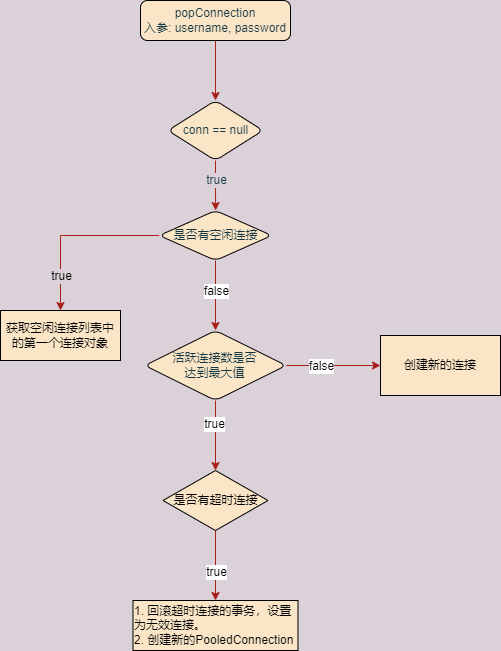
Above: wzz-mybatis/PooledDataSource_popConnection.drawio.png in wsxzei/markdown-photos (draw.io), before the change. Source tidied: cells renumbered, new cells last; positions are measured from the earlier drawing's top-left corner, leaving out a move shared by most shapes.
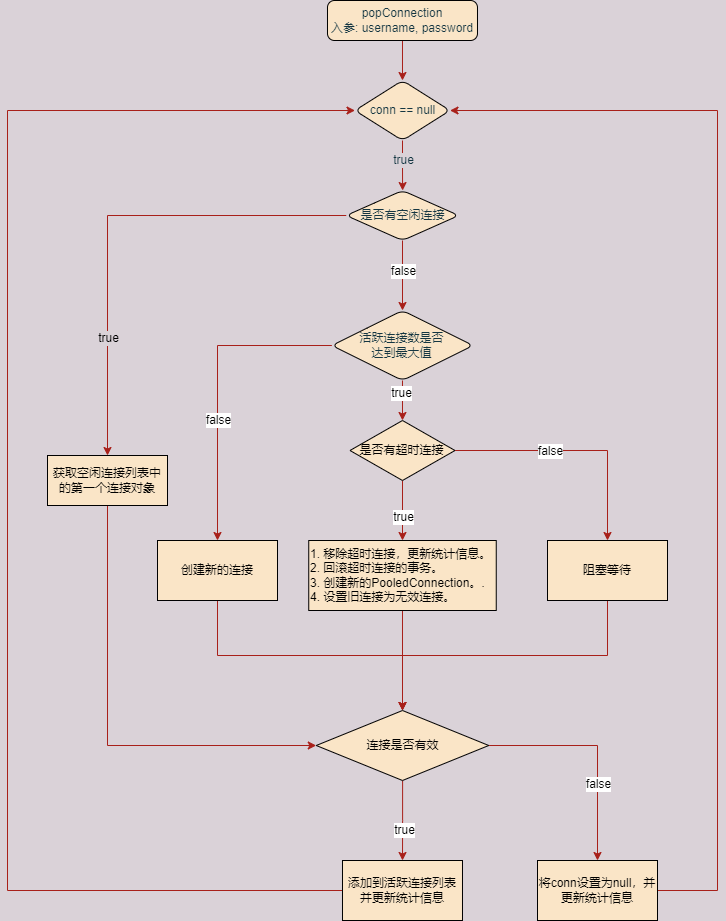
Above is the later version.

What changed in the source:
```diff
@@ -6,7 +6,7 @@
       <mxGeometry relative="1" as="geometry" />
     </mxCell>
     <mxCell id="3" value="popConnection&lt;br&gt;入参: username, password" style="rounded=1;whiteSpace=wrap;html=1;absoluteArcSize=1;arcSize=14;strokeWidth=1;fontColor=#143642;fillColor=#FAE5C7;strokeColor=default;" parent="1" vertex="1">
-      <mxGeometry x="140" width="150" height="40" as="geometry" />
+      <mxGeometry x="140" y="20" width="150" height="40" as="geometry" />
     </mxCell>
     <mxCell id="4" style="edgeStyle=orthogonalEdgeStyle;rounded=0;jettySize=auto;html=1;fontColor=#143642;strokeColor=#A8201A;fillColor=#FAE5C7;" parent="1" edge="1" source="6" target="11">
       <mxGeometry relative="1" as="geometry" />
@@ -38,15 +38,18 @@
     <mxCell id="11" value="是否有空闲连接" style="rhombus;whiteSpace=wrap;html=1;fillColor=#FAE5C7;fontColor=#143642;rounded=1;arcSize=14;strokeWidth=1;" parent="1" vertex="1">
       <mxGeometry x="158.8" y="210" width="112.5" height="50" as="geometry" />
     </mxCell>
+    <mxCell id="23" style="edgeStyle=orthogonalEdgeStyle;rounded=0;jettySize=auto;html=1;exitX=0.5;exitY=1;exitDx=0;exitDy=0;entryX=0;entryY=0.5;entryDx=0;entryDy=0;entryPerimeter=0;fontColor=#000000;strokeColor=#A8201A;fillColor=#FAE5C7;" parent="1" edge="1" source="12" target="34">
+      <mxGeometry relative="1" as="geometry" />
+    </mxCell>
     <mxCell id="12" value="获取空闲连接列表中的第一个连接对象" style="rounded=0;whiteSpace=wrap;html=1;shadow=0;labelBackgroundColor=none;fontColor=default;strokeColor=default;strokeWidth=1;fillColor=#FAE5C7;" parent="1" vertex="1">
-      <mxGeometry y="310" width="120" height="50" as="geometry" />
+      <mxGeometry x="-140" y="475" width="120" height="50" as="geometry" />
     </mxCell>
-    <mxCell id="13" style="edgeStyle=orthogonalEdgeStyle;rounded=0;jettySize=auto;html=1;exitX=1;exitY=0.5;exitDx=0;exitDy=0;fontColor=#000000;strokeColor=#A8201A;fillColor=#FAE5C7;" parent="1" edge="1" source="17" target="18">
+    <mxCell id="13" style="edgeStyle=orthogonalEdgeStyle;rounded=0;jettySize=auto;html=1;exitX=0;exitY=0.5;exitDx=0;exitDy=0;fontColor=#000000;strokeColor=#A8201A;fillColor=#FAE5C7;" parent="1" edge="1" source="17" target="18">
       <mxGeometry relative="1" as="geometry" />
     </mxCell>
     <mxCell id="14" value="false" style="edgeLabel;html=1;align=center;verticalAlign=middle;fontColor=#000000;" parent="13" vertex="1">
       <mxGeometry x="-0.25" y="2" relative="1" as="geometry">
-        <mxPoint y="2" as="offset" />
+        <mxPoint x="-2" y="74" as="offset" />
       </mxGeometry>
     </mxCell>
     <mxCell id="15" style="edgeStyle=orthogonalEdgeStyle;rounded=0;jettySize=auto;html=1;exitX=0.5;exitY=1;exitDx=0;exitDy=0;fontColor=#000000;strokeColor=#A8201A;fillColor=#FAE5C7;entryX=0.5;entryY=0;entryDx=0;entryDy=0;entryPerimeter=0;" parent="1" edge="1" source="17" target="21">
@@ -58,8 +61,11 @@
     <mxCell id="17" value="活跃连接数是否&lt;br&gt;达到最大值" style="rhombus;whiteSpace=wrap;html=1;fillColor=#FAE5C7;fontColor=#143642;rounded=1;arcSize=14;strokeWidth=1;" parent="1" vertex="1">
       <mxGeometry x="144.4" y="330" width="141.2" height="70" as="geometry" />
     </mxCell>
+    <mxCell id="24" style="edgeStyle=orthogonalEdgeStyle;rounded=0;jettySize=auto;html=1;exitX=0.5;exitY=1;exitDx=0;exitDy=0;entryX=0.5;entryY=0;entryDx=0;entryDy=0;entryPerimeter=0;fontColor=#000000;strokeColor=#A8201A;fillColor=#FAE5C7;" parent="1" edge="1" source="18" target="34">
+      <mxGeometry relative="1" as="geometry" />
+    </mxCell>
     <mxCell id="18" value="&lt;span style=&quot;&quot;&gt;创建新的连接&lt;/span&gt;" style="rounded=0;whiteSpace=wrap;html=1;shadow=0;labelBackgroundColor=none;fontColor=#000000;strokeColor=default;strokeWidth=1;fillColor=#FAE5C7;" parent="1" vertex="1">
-      <mxGeometry x="380" y="335" width="120" height="60" as="geometry" />
+      <mxGeometry x="-30" y="560" width="120" height="60" as="geometry" />
     </mxCell>
     <mxCell id="19" style="edgeStyle=orthogonalEdgeStyle;rounded=0;jettySize=auto;html=1;fontColor=#000000;strokeColor=#A8201A;fillColor=#FAE5C7;" parent="1" edge="1" source="21" target="22">
       <mxGeometry relative="1" as="geometry" />
@@ -67,11 +73,65 @@
     <mxCell id="20" value="true" style="edgeLabel;html=1;align=center;verticalAlign=middle;fontColor=#000000;" parent="19" vertex="1">
       <mxGeometry x="0.18" relative="1" as="geometry" />
     </mxCell>
+    <mxCell id="25" style="edgeStyle=orthogonalEdgeStyle;rounded=0;jettySize=auto;html=1;fontColor=#000000;strokeColor=#A8201A;fillColor=#FAE5C7;" parent="1" edge="1" source="21" target="29">
+      <mxGeometry relative="1" as="geometry" />
+    </mxCell>
+    <mxCell id="26" value="false" style="edgeLabel;html=1;align=center;verticalAlign=middle;fontColor=#000000;" parent="25" vertex="1">
+      <mxGeometry x="-0.23" relative="1" as="geometry">
+        <mxPoint x="1" as="offset" />
+      </mxGeometry>
+    </mxCell>
     <mxCell id="21" value="是否有超时连接" style="strokeWidth=1;html=1;shape=mxgraph.flowchart.decision;whiteSpace=wrap;shadow=0;labelBackgroundColor=none;fontColor=#000000;fillColor=#FAE5C7;" parent="1" vertex="1">
-      <mxGeometry x="162.5" y="470" width="105" height="60" as="geometry" />
+      <mxGeometry x="162.5" y="440" width="105" height="60" as="geometry" />
     </mxCell>
+    <mxCell id="27" style="edgeStyle=orthogonalEdgeStyle;rounded=0;jettySize=auto;html=1;exitX=0.5;exitY=1;exitDx=0;exitDy=0;entryX=0.5;entryY=0;entryDx=0;entryDy=0;entryPerimeter=0;fontColor=#000000;strokeColor=#A8201A;fillColor=#FAE5C7;" parent="1" edge="1" source="22" target="34">
+      <mxGeometry relative="1" as="geometry" />
+    </mxCell>
-    <mxCell id="22" value="1. 回滚超时连接的事务，设置为无效连接。&lt;br&gt;2. 创建新的PooledConnection" style="whiteSpace=wrap;html=1;fillColor=#FAE5C7;fontColor=#000000;strokeWidth=1;shadow=0;labelBackgroundColor=none;align=left;" parent="1" vertex="1">
-      <mxGeometry x="132.5" y="600" width="165" height="50" as="geometry" />
+    <mxCell id="22" value="1. 移除超时连接，更新统计信息。&lt;br&gt;2. 回滚超时连接的事务。&lt;br&gt;3. 创建新的PooledConnection。.&lt;br&gt;4. 设置旧连接为无效连接。" style="whiteSpace=wrap;html=1;fillColor=#FAE5C7;fontColor=#000000;strokeWidth=1;shadow=0;labelBackgroundColor=none;align=left;" parent="1" vertex="1">
+      <mxGeometry x="121.2" y="560" width="187.5" height="70" as="geometry" />
     </mxCell>
+    <mxCell id="28" style="edgeStyle=orthogonalEdgeStyle;rounded=0;jettySize=auto;html=1;exitX=0.5;exitY=1;exitDx=0;exitDy=0;entryX=0.5;entryY=0;entryDx=0;entryDy=0;entryPerimeter=0;fontColor=#000000;strokeColor=#A8201A;fillColor=#FAE5C7;" parent="1" edge="1" source="29" target="34">
+      <mxGeometry relative="1" as="geometry" />
+    </mxCell>
+    <mxCell id="29" value="阻塞等待" style="whiteSpace=wrap;html=1;fillColor=#FAE5C7;fontColor=#000000;strokeWidth=1;shadow=0;labelBackgroundColor=none;" parent="1" vertex="1">
+      <mxGeometry x="360" y="560" width="120" height="60" as="geometry" />
+    </mxCell>
+    <mxCell id="30" style="edgeStyle=orthogonalEdgeStyle;rounded=0;jettySize=auto;html=1;fontColor=#000000;strokeColor=#A8201A;fillColor=#FAE5C7;" parent="1" edge="1" source="34" target="36">
+      <mxGeometry relative="1" as="geometry" />
+    </mxCell>
+    <mxCell id="31" value="true" style="edgeLabel;html=1;align=center;verticalAlign=middle;fontColor=#000000;" parent="30" vertex="1">
+      <mxGeometry x="0.24" y="1" relative="1" as="geometry" />
+    </mxCell>
+    <mxCell id="32" style="edgeStyle=orthogonalEdgeStyle;rounded=0;jettySize=auto;html=1;fontColor=#000000;strokeColor=#A8201A;fillColor=#FAE5C7;" parent="1" edge="1" source="34" target="38">
+      <mxGeometry relative="1" as="geometry" />
+    </mxCell>
+    <mxCell id="33" value="false" style="edgeLabel;html=1;align=center;verticalAlign=middle;fontColor=#000000;" parent="32" vertex="1">
+      <mxGeometry x="0.32" relative="1" as="geometry" />
+    </mxCell>
+    <mxCell id="34" value="连接是否有效" style="strokeWidth=1;html=1;shape=mxgraph.flowchart.decision;whiteSpace=wrap;shadow=0;labelBackgroundColor=none;fontColor=#000000;fillColor=#FAE5C7;" parent="1" vertex="1">
+      <mxGeometry x="128.8" y="730" width="172.5" height="70" as="geometry" />
+    </mxCell>
+    <mxCell id="35" style="edgeStyle=orthogonalEdgeStyle;rounded=0;jettySize=auto;html=1;exitX=0;exitY=0.5;exitDx=0;exitDy=0;entryX=0;entryY=0.5;entryDx=0;entryDy=0;fontColor=#000000;strokeColor=#A8201A;fillColor=#FAE5C7;" parent="1" edge="1" source="36" target="6">
+      <mxGeometry relative="1" as="geometry">
+        <Array as="points">
+          <mxPoint x="-180" y="910" />
+          <mxPoint x="-180" y="130" />
+        </Array>
+      </mxGeometry>
+    </mxCell>
+    <mxCell id="36" value="添加到活跃连接列表&lt;br&gt;并更新统计信息" style="whiteSpace=wrap;html=1;fillColor=#FAE5C7;fontColor=#000000;strokeWidth=1;shadow=0;labelBackgroundColor=none;" parent="1" vertex="1">
+      <mxGeometry x="155" y="880" width="120" height="60" as="geometry" />
+    </mxCell>
+    <mxCell id="37" style="edgeStyle=orthogonalEdgeStyle;rounded=0;jettySize=auto;html=1;exitX=1;exitY=0.5;exitDx=0;exitDy=0;entryX=1;entryY=0.5;entryDx=0;entryDy=0;fontColor=#000000;strokeColor=#A8201A;fillColor=#FAE5C7;" parent="1" edge="1" source="38" target="6">
+      <mxGeometry relative="1" as="geometry">
+        <Array as="points">
+          <mxPoint x="530" y="910" />
+          <mxPoint x="530" y="130" />
+        </Array>
+      </mxGeometry>
+    </mxCell>
+    <mxCell id="38" value="将conn设置为null，并更新统计信息" style="whiteSpace=wrap;html=1;fillColor=#FAE5C7;fontColor=#000000;strokeWidth=1;shadow=0;labelBackgroundColor=none;" parent="1" vertex="1">
+      <mxGeometry x="350" y="880" width="120" height="60" as="geometry" />
+    </mxCell>
   </root>
 </mxGraphModel>
```
